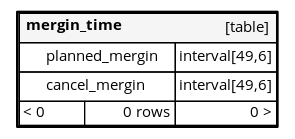
Before: 03_BD/schema/output/diagrams/orphans/mergin_time.1degree.png, a diagram exported from Graphviz (TAKAHIRO-03/GoodHabits_doc). Its source is kept beside it as 03_BD/schema/output/diagrams/orphans/mergin_time.1degree.dot.
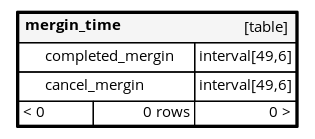
The same diagram one commit later.

The edit, as a diff of the source:
```diff
@@ -20,8 +20,8 @@
    label=<
     <TABLE BORDER="2" CELLBORDER="1" CELLSPACING="0" BGCOLOR="#ffffff">
       <TR><TD COLSPAN="4"  BGCOLOR="#f5f5f5"><TABLE BORDER="0" CELLSPACING="0"><TR><TD ALIGN="LEFT"><B>mergin_time</B></TD><TD ALIGN="RIGHT">[table]</TD></TR></TABLE></TD></TR>
-      <TR><TD PORT="planned_mergin" COLSPAN="2" ALIGN="LEFT"><TABLE BORDER="0" CELLSPACING="0" ALIGN="LEFT"><TR ALIGN="LEFT"><TD ALIGN="LEFT" FIXEDSIZE="TRUE" WIDTH="15" HEIGHT="16"></TD><TD ALIGN="LEFT" FIXEDSIZE="TRUE" WIDTH="96" HEIGHT="16">planned_mergin</TD></TR></TABLE></TD><TD PORT="planned_mergin.type" ALIGN="LEFT">interval[49,6]</TD></TR>
-      <TR><TD PORT="cancel_mergin" COLSPAN="2" ALIGN="LEFT"><TABLE BORDER="0" CELLSPACING="0" ALIGN="LEFT"><TR ALIGN="LEFT"><TD ALIGN="LEFT" FIXEDSIZE="TRUE" WIDTH="15" HEIGHT="16"></TD><TD ALIGN="LEFT" FIXEDSIZE="TRUE" WIDTH="96" HEIGHT="16">cancel_mergin</TD></TR></TABLE></TD><TD PORT="cancel_mergin.type" ALIGN="LEFT">interval[49,6]</TD></TR>
+      <TR><TD PORT="completed_mergin" COLSPAN="2" ALIGN="LEFT"><TABLE BORDER="0" CELLSPACING="0" ALIGN="LEFT"><TR ALIGN="LEFT"><TD ALIGN="LEFT" FIXEDSIZE="TRUE" WIDTH="15" HEIGHT="16"></TD><TD ALIGN="LEFT" FIXEDSIZE="TRUE" WIDTH="111" HEIGHT="16">completed_mergin</TD></TR></TABLE></TD><TD PORT="completed_mergin.type" ALIGN="LEFT">interval[49,6]</TD></TR>
+      <TR><TD PORT="cancel_mergin" COLSPAN="2" ALIGN="LEFT"><TABLE BORDER="0" CELLSPACING="0" ALIGN="LEFT"><TR ALIGN="LEFT"><TD ALIGN="LEFT" FIXEDSIZE="TRUE" WIDTH="15" HEIGHT="16"></TD><TD ALIGN="LEFT" FIXEDSIZE="TRUE" WIDTH="111" HEIGHT="16">cancel_mergin</TD></TR></TABLE></TD><TD PORT="cancel_mergin.type" ALIGN="LEFT">interval[49,6]</TD></TR>
       <TR><TD ALIGN="LEFT" BGCOLOR="#ffffff">&lt; 0</TD><TD ALIGN="RIGHT" BGCOLOR="#ffffff">0 rows</TD><TD ALIGN="RIGHT" BGCOLOR="#ffffff">0 &gt;</TD></TR>
     </TABLE>>
     URL="tables/mergin_time.html"
```
